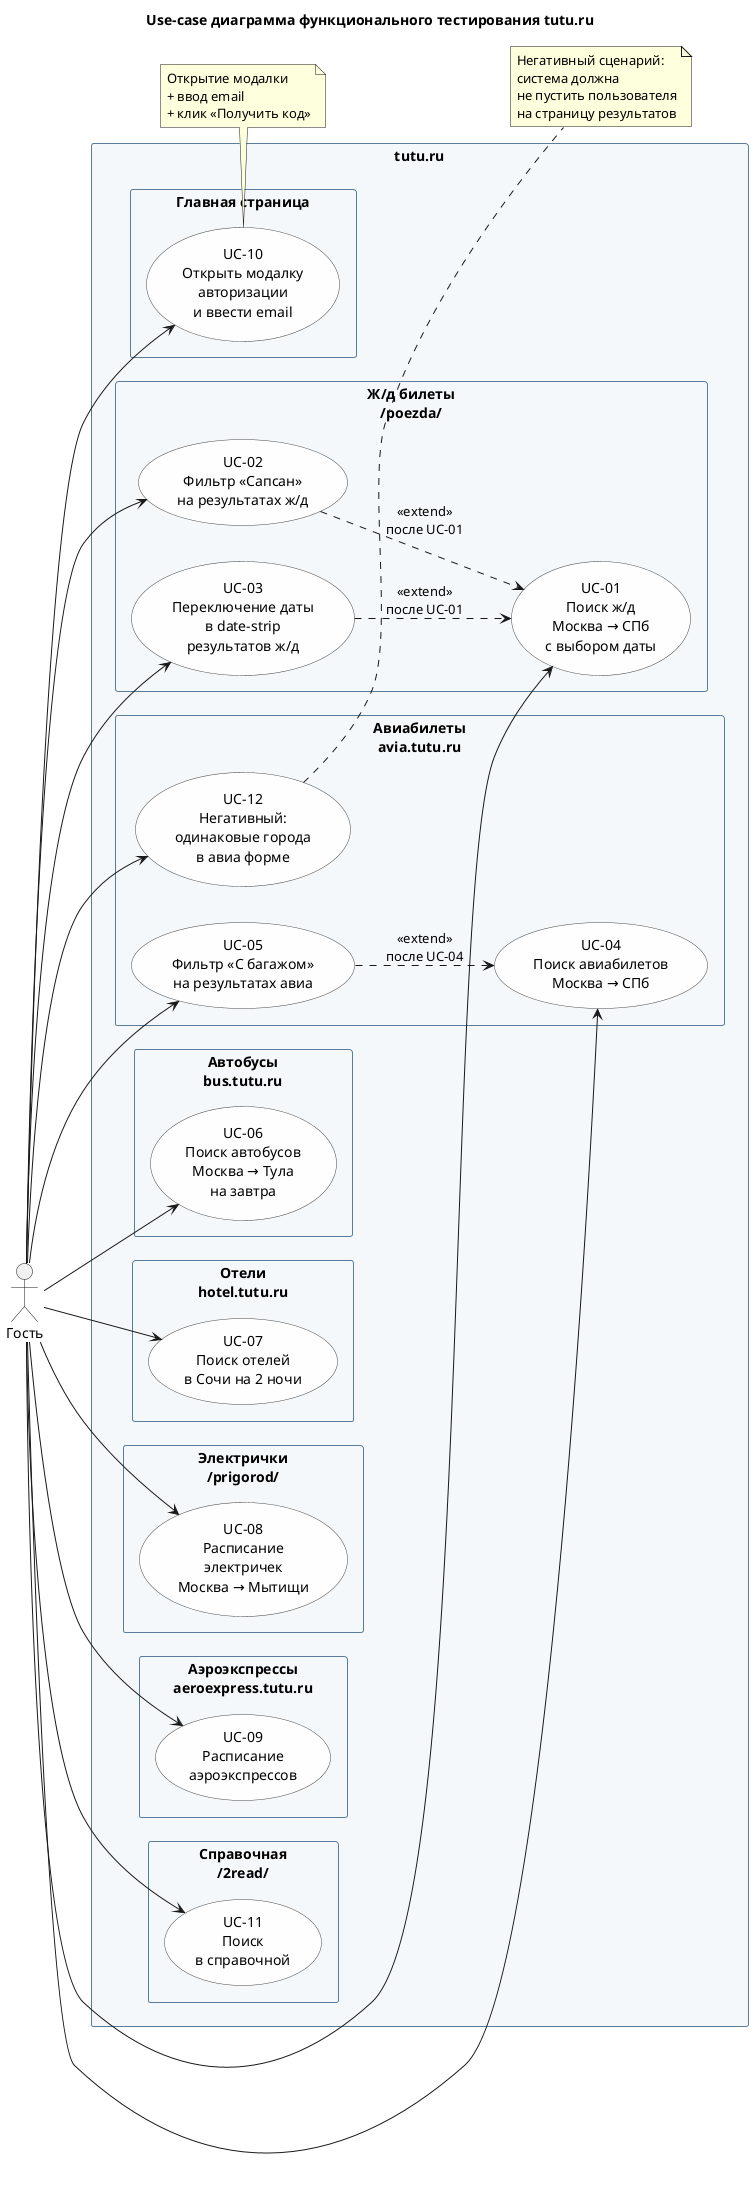
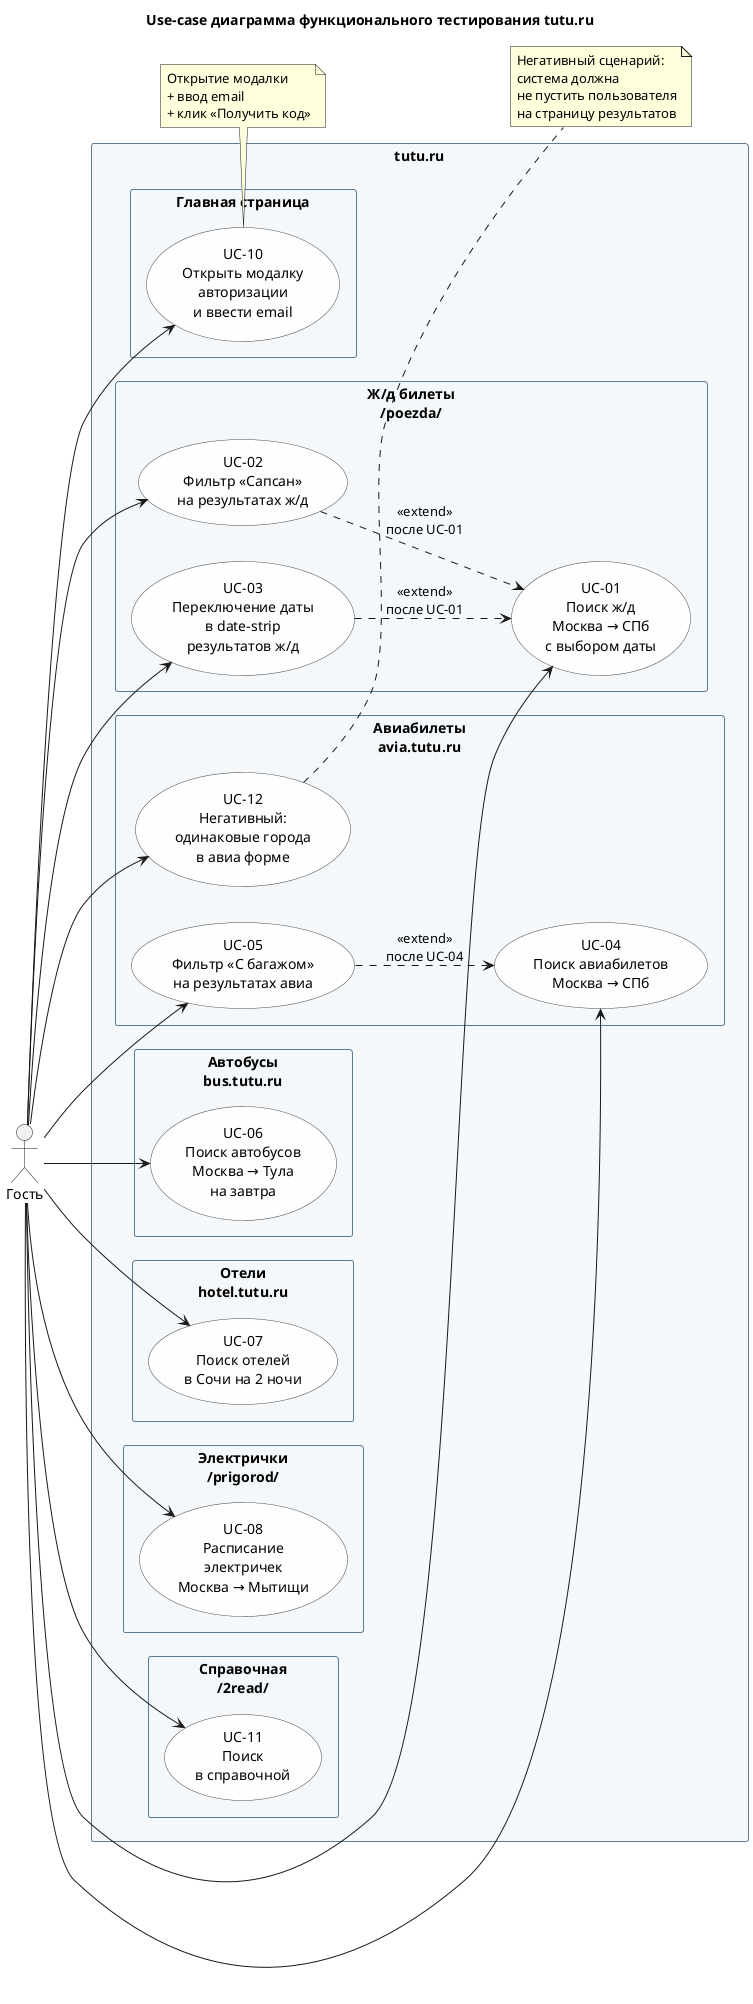
@startuml tutu_use_cases
left to right direction
skinparam packageStyle rectangle
skinparam shadowing false
skinparam usecase {
  BackgroundColor #FEFEFE
  BorderColor #444444
}
skinparam package {
  BackgroundColor #F5F8FA
  BorderColor #5B7C99
}

title Use-case диаграмма функционального тестирования tutu.ru

actor "Гость" as Guest

rectangle "tutu.ru" {

  package "Главная страница" {
    usecase "UC-10\nОткрыть модалку\nавторизации\nи ввести email" as UC10
  }

  package "Ж/д билеты\n/poezda/" {
    usecase "UC-01\nПоиск ж/д\nМосква → СПб\nс выбором даты" as UC01
    usecase "UC-02\nФильтр «Сапсан»\nна результатах ж/д" as UC02
    usecase "UC-03\nПереключение даты\nв date-strip\nрезультатов ж/д" as UC03
  }

  package "Авиабилеты\navia.tutu.ru" {
    usecase "UC-04\nПоиск авиабилетов\nМосква → СПб" as UC04
    usecase "UC-05\nФильтр «С багажом»\nна результатах авиа" as UC05
    usecase "UC-12\nНегативный:\nодинаковые города\nв авиа форме" as UC12
  }

  package "Автобусы\nbus.tutu.ru" {
    usecase "UC-06\nПоиск автобусов\nМосква → Тула\nна завтра" as UC06
  }

  package "Отели\nhotel.tutu.ru" {
    usecase "UC-07\nПоиск отелей\nв Сочи на 2 ночи" as UC07
  }

  package "Электрички\n/prigorod/" {
    usecase "UC-08\nРасписание\nэлектричек\nМосква → Мытищи" as UC08
  }

-   package "Аэроэкспрессы\naeroexpress.tutu.ru" {
-     usecase "UC-09\nРасписание\nаэроэкспрессов" as UC09
-   }
- 
  package "Справочная\n/2read/" {
    usecase "UC-11\nПоиск\nв справочной" as UC11
  }
}

Guest --> UC01
Guest --> UC02
Guest --> UC03
Guest --> UC04
Guest --> UC05
Guest --> UC06
Guest --> UC07
Guest --> UC08
- Guest --> UC09
Guest --> UC10
Guest --> UC11
Guest --> UC12

UC02 ..> UC01 : <<extend>>\nпосле UC-01
UC03 ..> UC01 : <<extend>>\nпосле UC-01
UC05 ..> UC04 : <<extend>>\nпосле UC-04

note right of UC12
  Негативный сценарий:
  система должна
  не пустить пользователя
  на страницу результатов
end note

note bottom of UC10
  Открытие модалки
  + ввод email
  + клик «Получить код»
end note

@enduml
